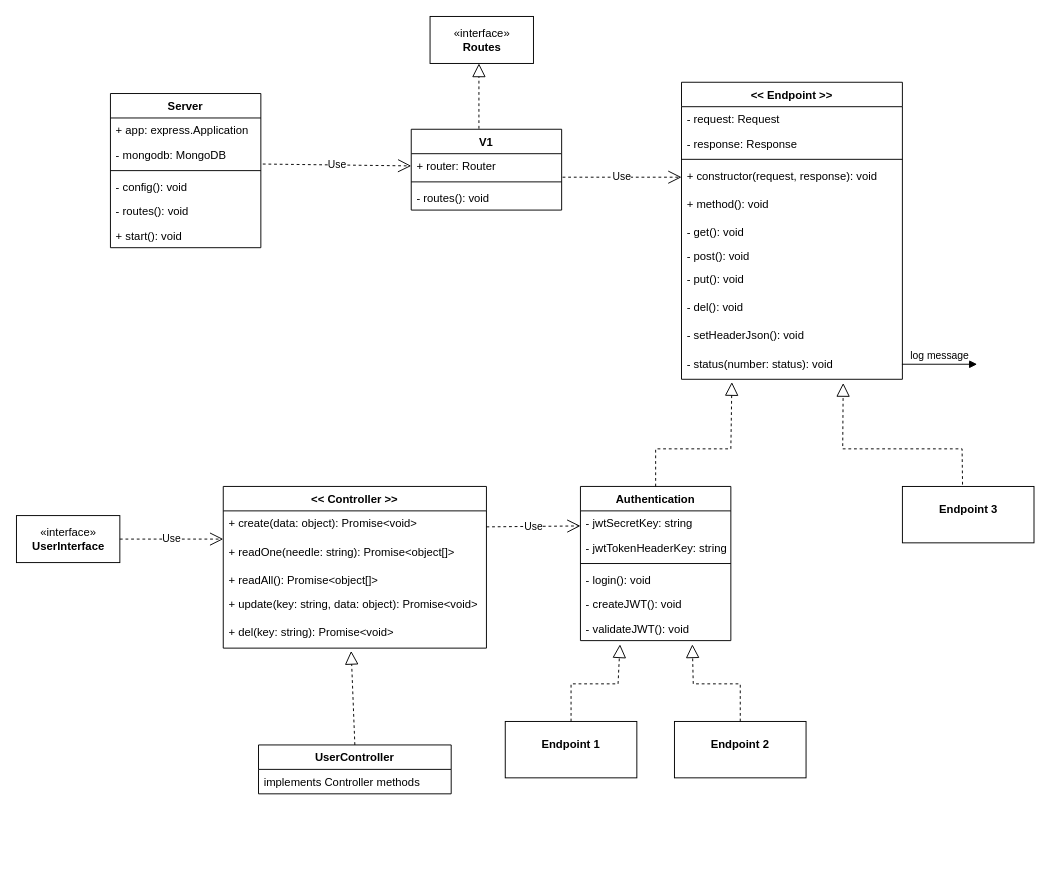
syr0s/tubester-restful-api keeps this draw.io diagram as docs/endpoints.drawio. Above is the earlier version. Source tidied: cells renumbered, new cells numbered last; positions are measured from the earlier drawing's top-left corner, leaving out a move shared by most shapes. Both pictures are drawn from the tidied source at 94%, with x=0, y=0 at pixel (16, 16).
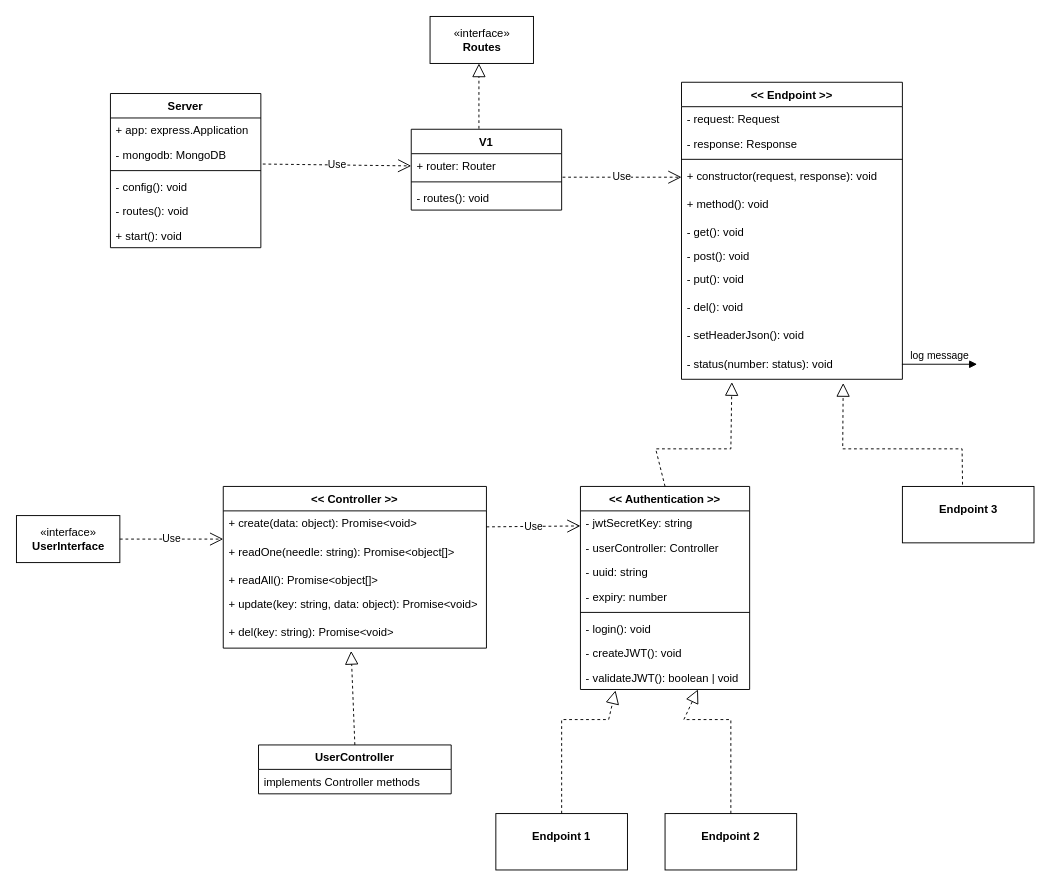
After the change.

Change to the diagram source:
```diff
@@
     <mxCell id="15" value="&lt;p style=&quot;margin: 0px ; margin-top: 4px ; text-align: center&quot;&gt;&lt;br&gt;&lt;b&gt;Endpoint 1&lt;/b&gt;&lt;/p&gt;" style="verticalAlign=top;align=left;overflow=fill;fontSize=12;fontFamily=Helvetica;html=1;" parent="1" vertex="1">
-      <mxGeometry x="520" y="750" width="140" height="60" as="geometry" />
+      <mxGeometry x="510" y="848" width="140" height="60" as="geometry" />
     </mxCell>
     <mxCell id="16" value="&lt;p style=&quot;margin: 0px ; margin-top: 4px ; text-align: center&quot;&gt;&lt;br&gt;&lt;b&gt;Endpoint 2&lt;/b&gt;&lt;/p&gt;" style="verticalAlign=top;align=left;overflow=fill;fontSize=12;fontFamily=Helvetica;html=1;" parent="1" vertex="1">
-      <mxGeometry x="700" y="750" width="140" height="60" as="geometry" />
+      <mxGeometry x="690" y="848" width="140" height="60" as="geometry" />
     </mxCell>
@@
-    <mxCell id="19" value="Authentication" style="swimlane;fontStyle=1;align=center;verticalAlign=top;horizontal=1;startSize=26;" parent="1" vertex="1">
-      <mxGeometry x="600" y="500" width="160" height="164" as="geometry" />
+    <mxCell id="19" value="&lt;&lt; Authentication &gt;&gt;" style="swimlane;fontStyle=1;align=center;verticalAlign=top;horizontal=1;startSize=26;" parent="1" vertex="1">
+      <mxGeometry x="600" y="500" width="180" height="216" as="geometry" />
     </mxCell>
     <mxCell id="20" value="- jwtSecretKey: string" style="text;strokeColor=none;fillColor=none;align=left;verticalAlign=top;spacingLeft=4;spacingRight=4;overflow=hidden;" parent="19" vertex="1">
-      <mxGeometry y="26" width="160" height="26" as="geometry" />
+      <mxGeometry y="26" width="180" height="26" as="geometry" />
     </mxCell>
-    <mxCell id="21" value="- jwtTokenHeaderKey: string" style="text;strokeColor=none;fillColor=none;align=left;verticalAlign=top;spacingLeft=4;spacingRight=4;overflow=hidden;" parent="19" vertex="1">
-      <mxGeometry y="52" width="160" height="26" as="geometry" />
+    <mxCell id="21" value="- userController: Controller" style="text;strokeColor=none;fillColor=none;align=left;verticalAlign=top;spacingLeft=4;spacingRight=4;overflow=hidden;" parent="19" vertex="1">
+      <mxGeometry y="52" width="180" height="26" as="geometry" />
     </mxCell>
+    <mxCell id="56" value="- uuid: string" style="text;strokeColor=none;fillColor=none;align=left;verticalAlign=top;spacingLeft=4;spacingRight=4;overflow=hidden;" parent="19" vertex="1">
+      <mxGeometry y="78" width="180" height="26" as="geometry" />
+    </mxCell>
+    <mxCell id="57" value="- expiry: number" style="text;strokeColor=none;fillColor=none;align=left;verticalAlign=top;spacingLeft=4;spacingRight=4;overflow=hidden;" parent="19" vertex="1">
+      <mxGeometry y="104" width="180" height="26" as="geometry" />
+    </mxCell>
     <mxCell id="22" style="line;strokeWidth=1;fillColor=none;align=left;verticalAlign=middle;spacingTop=-1;spacingLeft=3;spacingRight=3;labelPosition=right;" parent="19" vertex="1">
-      <mxGeometry y="78" width="160" height="8" as="geometry" />
+      <mxGeometry y="130" width="180" height="8" as="geometry" />
     </mxCell>
     <mxCell id="23" value="- login(): void" style="text;strokeColor=none;fillColor=none;align=left;verticalAlign=top;spacingLeft=4;spacingRight=4;overflow=hidden;" parent="19" vertex="1">
-      <mxGeometry y="86" width="160" height="26" as="geometry" />
+      <mxGeometry y="138" width="180" height="26" as="geometry" />
     </mxCell>
     <mxCell id="24" value="- createJWT(): void" style="text;strokeColor=none;fillColor=none;align=left;verticalAlign=top;spacingLeft=4;spacingRight=4;overflow=hidden;" parent="19" vertex="1">
-      <mxGeometry y="112" width="160" height="26" as="geometry" />
+      <mxGeometry y="164" width="180" height="26" as="geometry" />
     </mxCell>
-    <mxCell id="25" value="- validateJWT(): void" style="text;strokeColor=none;fillColor=none;align=left;verticalAlign=top;spacingLeft=4;spacingRight=4;overflow=hidden;points=[[0,0.5],[1,0.5]];portConstraint=eastwest;" parent="19" vertex="1">
-      <mxGeometry y="138" width="160" height="26" as="geometry" />
+    <mxCell id="25" value="- validateJWT(): boolean | void" style="text;strokeColor=none;fillColor=none;align=left;verticalAlign=top;spacingLeft=4;spacingRight=4;overflow=hidden;points=[[0,0.5],[1,0.5]];portConstraint=eastwest;" parent="19" vertex="1">
+      <mxGeometry y="190" width="180" height="26" as="geometry" />
     </mxCell>
@@
-    <mxCell id="27" style="endArrow=block;dashed=1;endFill=0;endSize=12;html=1;rounded=0;exitX=0.5;exitY=0;exitDx=0;exitDy=0;entryX=0.263;entryY=1.154;entryDx=0;entryDy=0;entryPerimeter=0;" parent="1" edge="1" source="15" target="25">
+    <mxCell id="27" style="endArrow=block;dashed=1;endFill=0;endSize=12;html=1;rounded=0;exitX=0.5;exitY=0;exitDx=0;exitDy=0;entryX=0.263;entryY=1.115;entryDx=0;entryDy=0;entryPerimeter=0;" parent="1" edge="1" source="15">
       <mxGeometry relative="1" as="geometry">
+        <mxPoint x="637.3" y="717" as="targetPoint" />
         <Array as="points">
-          <mxPoint x="590" y="710" />
-          <mxPoint x="640" y="710" />
+          <mxPoint x="580" y="748" />
+          <mxPoint x="630" y="748" />
         </Array>
       </mxGeometry>
     </mxCell>
-    <mxCell id="28" style="endArrow=block;dashed=1;endFill=0;endSize=12;html=1;rounded=0;exitX=0.5;exitY=0;exitDx=0;exitDy=0;entryX=0.744;entryY=1.154;entryDx=0;entryDy=0;entryPerimeter=0;" parent="1" edge="1" source="16" target="25">
+    <mxCell id="28" style="endArrow=block;dashed=1;endFill=0;endSize=12;html=1;rounded=0;exitX=0.5;exitY=0;exitDx=0;exitDy=0;entryX=0.75;entryY=1.077;entryDx=0;entryDy=0;entryPerimeter=0;" parent="1" edge="1" source="16">
       <mxGeometry relative="1" as="geometry">
+        <mxPoint x="725" y="716" as="targetPoint" />
         <Array as="points">
-          <mxPoint x="770" y="710" />
-          <mxPoint x="720" y="710" />
+          <mxPoint x="760" y="748" />
+          <mxPoint x="710" y="748" />
         </Array>
       </mxGeometry>
     </mxCell>
```
